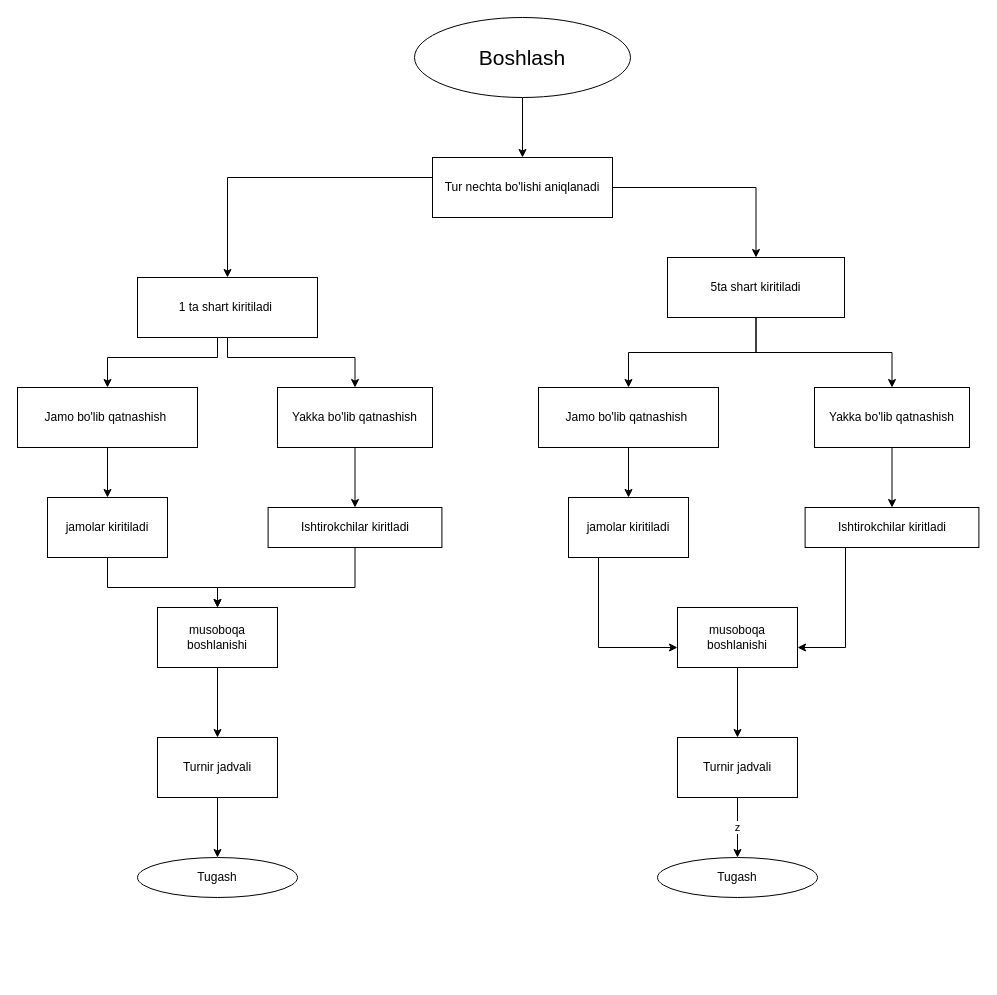
Earlier version of the draw.io diagram Диаграмма без названия.drawio (cyberstalk0210/cyberstalk0210). Source tidied: cells renumbered, new cells numbered last; positions are measured from the earlier drawing's top-left corner, leaving out a move shared by most shapes. Both pictures are drawn from the tidied source at 100%, with x=0, y=0 at pixel (17, 17).
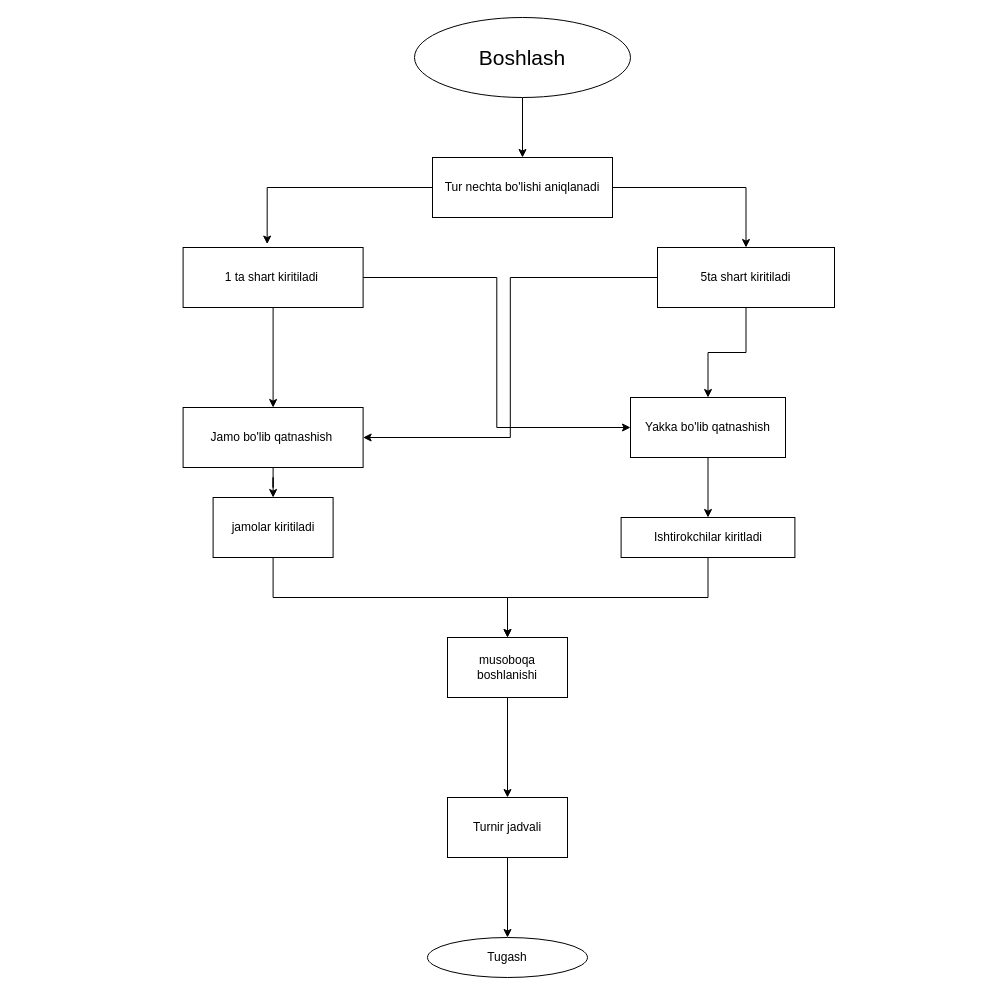
After the change.

The change refers to these unchanged cells:
```xml
<mxCell id="6" value="Tur nechta bo'lishi aniqlanadi" style="rounded=0;whiteSpace=wrap;html=1;" parent="1" vertex="1">
  <mxGeometry x="415" y="140" width="180" height="60" as="geometry" />
</mxCell>
```

The edit, as a diff of the source:
```diff
@@
-    <mxCell id="4" style="edgeStyle=orthogonalEdgeStyle;rounded=0;jettySize=auto;html=1;" parent="1" edge="1" source="6" target="10">
-      <mxGeometry relative="1" as="geometry">
-        <Array as="points">
-          <mxPoint x="210" y="160" />
-        </Array>
-      </mxGeometry>
-    </mxCell>
@@
     <mxCell id="8" style="edgeStyle=orthogonalEdgeStyle;rounded=0;jettySize=auto;html=1;entryX=0.5;entryY=0;entryDx=0;entryDy=0;" parent="1" edge="1" source="10" target="15">
-      <mxGeometry relative="1" as="geometry">
-        <Array as="points">
-          <mxPoint x="200" y="340" />
-          <mxPoint x="90" y="340" />
-        </Array>
-      </mxGeometry>
+      <mxGeometry relative="1" as="geometry" />
     </mxCell>
-    <mxCell id="9" style="edgeStyle=orthogonalEdgeStyle;rounded=0;jettySize=auto;html=1;entryX=0.5;entryY=0;entryDx=0;entryDy=0;" parent="1" edge="1" source="10" target="17">
-      <mxGeometry relative="1" as="geometry">
-        <Array as="points">
-          <mxPoint x="210" y="340" />
-          <mxPoint x="337" y="340" />
-        </Array>
-      </mxGeometry>
+    <mxCell id="9" style="edgeStyle=orthogonalEdgeStyle;rounded=0;jettySize=auto;html=1;exitX=1;exitY=0.5;exitDx=0;exitDy=0;entryX=0;entryY=0.5;entryDx=0;entryDy=0;" parent="1" edge="1" source="10" target="17">
+      <mxGeometry relative="1" as="geometry" />
     </mxCell>
     <mxCell id="10" value="1 ta shart kiritiladi&amp;nbsp;" style="rounded=0;whiteSpace=wrap;html=1;" parent="1" vertex="1">
-      <mxGeometry x="120" y="260" width="180" height="60" as="geometry" />
+      <mxGeometry x="165.6" y="230" width="180" height="60" as="geometry" />
     </mxCell>
-    <mxCell id="11" style="edgeStyle=orthogonalEdgeStyle;rounded=0;jettySize=auto;html=1;entryX=0.5;entryY=0;entryDx=0;entryDy=0;" parent="1" edge="1" source="13" target="28">
-      <mxGeometry relative="1" as="geometry" />
-    </mxCell>
-    <mxCell id="12" style="edgeStyle=orthogonalEdgeStyle;rounded=0;jettySize=auto;html=1;entryX=0.5;entryY=0;entryDx=0;entryDy=0;" parent="1" edge="1" source="13" target="30">
-      <mxGeometry relative="1" as="geometry" />
-    </mxCell>
+    <mxCell id="40" style="edgeStyle=orthogonalEdgeStyle;rounded=0;jettySize=auto;html=1;exitX=0.5;exitY=1;exitDx=0;exitDy=0;" parent="1" edge="1" source="13" target="17">
+      <mxGeometry relative="1" as="geometry" />
+    </mxCell>
+    <mxCell id="41" style="edgeStyle=orthogonalEdgeStyle;rounded=0;jettySize=auto;html=1;exitX=0;exitY=0.5;exitDx=0;exitDy=0;entryX=1;entryY=0.5;entryDx=0;entryDy=0;" parent="1" edge="1" source="13" target="15">
+      <mxGeometry relative="1" as="geometry" />
+    </mxCell>
     <mxCell id="13" value="5ta shart kiritiladi" style="whiteSpace=wrap;html=1;rounded=0;" parent="1" vertex="1">
-      <mxGeometry x="650" y="240" width="177" height="60" as="geometry" />
+      <mxGeometry x="640" y="230" width="177" height="60" as="geometry" />
     </mxCell>
@@
     <mxCell id="15" value="Jamo bo'lib qatnashish&amp;nbsp;" style="rounded=0;whiteSpace=wrap;html=1;" parent="1" vertex="1">
-      <mxGeometry y="370" width="180" height="60" as="geometry" />
+      <mxGeometry x="165.6" y="390" width="180" height="60" as="geometry" />
     </mxCell>
-    <mxCell id="16" style="edgeStyle=orthogonalEdgeStyle;rounded=0;jettySize=auto;html=1;" parent="1" edge="1" source="17" target="24">
+    <mxCell id="16" style="edgeStyle=orthogonalEdgeStyle;rounded=0;jettySize=auto;html=1;exitX=0.5;exitY=1;exitDx=0;exitDy=0;entryX=0.5;entryY=0;entryDx=0;entryDy=0;" parent="1" edge="1" source="17" target="24">
       <mxGeometry relative="1" as="geometry" />
     </mxCell>
     <mxCell id="17" value="Yakka bo'lib qatnashish" style="rounded=0;whiteSpace=wrap;html=1;" parent="1" vertex="1">
-      <mxGeometry x="260" y="370" width="155" height="60" as="geometry" />
+      <mxGeometry x="613" y="380" width="155" height="60" as="geometry" />
     </mxCell>
-    <mxCell id="18" style="edgeStyle=orthogonalEdgeStyle;rounded=0;jettySize=auto;html=1;" parent="1" edge="1" source="19" target="26">
-      <mxGeometry relative="1" as="geometry">
-        <Array as="points">
-          <mxPoint x="90" y="570" />
-          <mxPoint x="200" y="570" />
-        </Array>
-      </mxGeometry>
+    <mxCell id="18" style="edgeStyle=orthogonalEdgeStyle;rounded=0;jettySize=auto;html=1;exitX=0.5;exitY=1;exitDx=0;exitDy=0;entryX=0.5;entryY=0;entryDx=0;entryDy=0;" parent="1" edge="1" source="19" target="26">
+      <mxGeometry relative="1" as="geometry" />
     </mxCell>
     <mxCell id="19" value="jamolar kiritiladi" style="rounded=0;whiteSpace=wrap;html=1;" parent="1" vertex="1">
-      <mxGeometry x="30" y="480" width="120" height="60" as="geometry" />
+      <mxGeometry x="195.6" y="480" width="120" height="60" as="geometry" />
     </mxCell>
-    <mxCell id="20" style="edgeStyle=orthogonalEdgeStyle;rounded=0;jettySize=auto;html=1;" parent="1" edge="1" source="21" target="22">
-      <mxGeometry relative="1" as="geometry" />
-    </mxCell>
+    <mxCell id="42" style="edgeStyle=orthogonalEdgeStyle;rounded=0;jettySize=auto;html=1;exitX=0.5;exitY=1;exitDx=0;exitDy=0;entryX=0.5;entryY=0;entryDx=0;entryDy=0;" parent="1" edge="1" source="21" target="35">
+      <mxGeometry relative="1" as="geometry" />
+    </mxCell>
     <mxCell id="21" value="Turnir jadvali" style="whiteSpace=wrap;html=1;rounded=0;" parent="1" vertex="1">
-      <mxGeometry x="140" y="720" width="120" height="60" as="geometry" />
+      <mxGeometry x="430" y="780" width="120" height="60" as="geometry" />
     </mxCell>
-    <mxCell id="22" value="Tugash" style="ellipse;whiteSpace=wrap;html=1;rounded=0;" parent="1" vertex="1">
-      <mxGeometry x="120" y="840" width="160" height="40" as="geometry" />
-    </mxCell>
-    <mxCell id="23" style="edgeStyle=orthogonalEdgeStyle;rounded=0;jettySize=auto;html=1;" parent="1" edge="1" source="24" target="26">
-      <mxGeometry relative="1" as="geometry">
-        <Array as="points">
-          <mxPoint x="337" y="570" />
-          <mxPoint x="200" y="570" />
-        </Array>
-      </mxGeometry>
+    <mxCell id="23" style="edgeStyle=orthogonalEdgeStyle;rounded=0;jettySize=auto;html=1;exitX=0.5;exitY=1;exitDx=0;exitDy=0;entryX=0.5;entryY=0;entryDx=0;entryDy=0;" parent="1" edge="1" source="24" target="26">
+      <mxGeometry relative="1" as="geometry" />
     </mxCell>
     <mxCell id="24" value="Ishtirokchilar kiritladi" style="whiteSpace=wrap;html=1;rounded=0;" parent="1" vertex="1">
-      <mxGeometry x="250.6" y="490" width="173.8" height="40" as="geometry" />
+      <mxGeometry x="603.6" y="500" width="173.8" height="40" as="geometry" />
     </mxCell>
@@
     <mxCell id="26" value="musoboqa boshlanishi" style="whiteSpace=wrap;html=1;rounded=0;" parent="1" vertex="1">
-      <mxGeometry x="140" y="590" width="120" height="60" as="geometry" />
+      <mxGeometry x="430" y="620" width="120" height="60" as="geometry" />
     </mxCell>
-    <mxCell id="27" style="edgeStyle=orthogonalEdgeStyle;rounded=0;jettySize=auto;html=1;" parent="1" edge="1" source="28" target="32">
-      <mxGeometry relative="1" as="geometry" />
-    </mxCell>
-    <mxCell id="28" value="Jamo bo'lib qatnashish&amp;nbsp;" style="rounded=0;whiteSpace=wrap;html=1;" parent="1" vertex="1">
-      <mxGeometry x="521" y="370" width="180" height="60" as="geometry" />
-    </mxCell>
-    <mxCell id="29" style="edgeStyle=orthogonalEdgeStyle;rounded=0;jettySize=auto;html=1;" parent="1" edge="1" source="30" target="37">
-      <mxGeometry relative="1" as="geometry" />
-    </mxCell>
-    <mxCell id="30" value="Yakka bo'lib qatnashish" style="rounded=0;whiteSpace=wrap;html=1;" parent="1" vertex="1">
-      <mxGeometry x="797" y="370" width="155" height="60" as="geometry" />
-    </mxCell>
-    <mxCell id="31" style="edgeStyle=orthogonalEdgeStyle;rounded=0;jettySize=auto;html=1;" parent="1" edge="1" source="32" target="39">
-      <mxGeometry relative="1" as="geometry">
-        <Array as="points">
-          <mxPoint x="581" y="630" />
-          <mxPoint x="720" y="630" />
-        </Array>
-      </mxGeometry>
-    </mxCell>
-    <mxCell id="32" value="jamolar kiritiladi" style="rounded=0;whiteSpace=wrap;html=1;" parent="1" vertex="1">
-      <mxGeometry x="551" y="480" width="120" height="60" as="geometry" />
-    </mxCell>
-    <mxCell id="33" value="z" style="edgeStyle=orthogonalEdgeStyle;rounded=0;jettySize=auto;html=1;" parent="1" edge="1" source="34" target="35">
-      <mxGeometry relative="1" as="geometry" />
-    </mxCell>
-    <mxCell id="34" value="Turnir jadvali" style="whiteSpace=wrap;html=1;rounded=0;" parent="1" vertex="1">
-      <mxGeometry x="660" y="720" width="120" height="60" as="geometry" />
-    </mxCell>
     <mxCell id="35" value="Tugash" style="ellipse;whiteSpace=wrap;html=1;rounded=0;" parent="1" vertex="1">
-      <mxGeometry x="640" y="840" width="160" height="40" as="geometry" />
+      <mxGeometry x="410" y="920" width="160" height="40" as="geometry" />
     </mxCell>
-    <mxCell id="36" style="edgeStyle=orthogonalEdgeStyle;rounded=0;jettySize=auto;html=1;" parent="1" edge="1" source="37" target="39">
-      <mxGeometry relative="1" as="geometry">
-        <Array as="points">
-          <mxPoint x="828" y="630" />
-          <mxPoint x="720" y="630" />
-        </Array>
-      </mxGeometry>
-    </mxCell>
-    <mxCell id="37" value="Ishtirokchilar kiritladi" style="whiteSpace=wrap;html=1;rounded=0;" parent="1" vertex="1">
-      <mxGeometry x="787.6" y="490" width="173.8" height="40" as="geometry" />
-    </mxCell>
-    <mxCell id="38" style="edgeStyle=orthogonalEdgeStyle;rounded=0;jettySize=auto;html=1;entryX=0.5;entryY=0;entryDx=0;entryDy=0;" parent="1" edge="1" source="39" target="34">
-      <mxGeometry relative="1" as="geometry" />
-    </mxCell>
-    <mxCell id="39" value="musoboqa boshlanishi" style="whiteSpace=wrap;html=1;rounded=0;" parent="1" vertex="1">
-      <mxGeometry x="660" y="590" width="120" height="60" as="geometry" />
-    </mxCell>
+    <mxCell id="4" style="edgeStyle=orthogonalEdgeStyle;rounded=0;jettySize=auto;html=1;entryX=0.467;entryY=-0.057;entryDx=0;entryDy=0;entryPerimeter=0;" parent="1" edge="1" source="6" target="10">
+      <mxGeometry relative="1" as="geometry" />
+    </mxCell>
```
